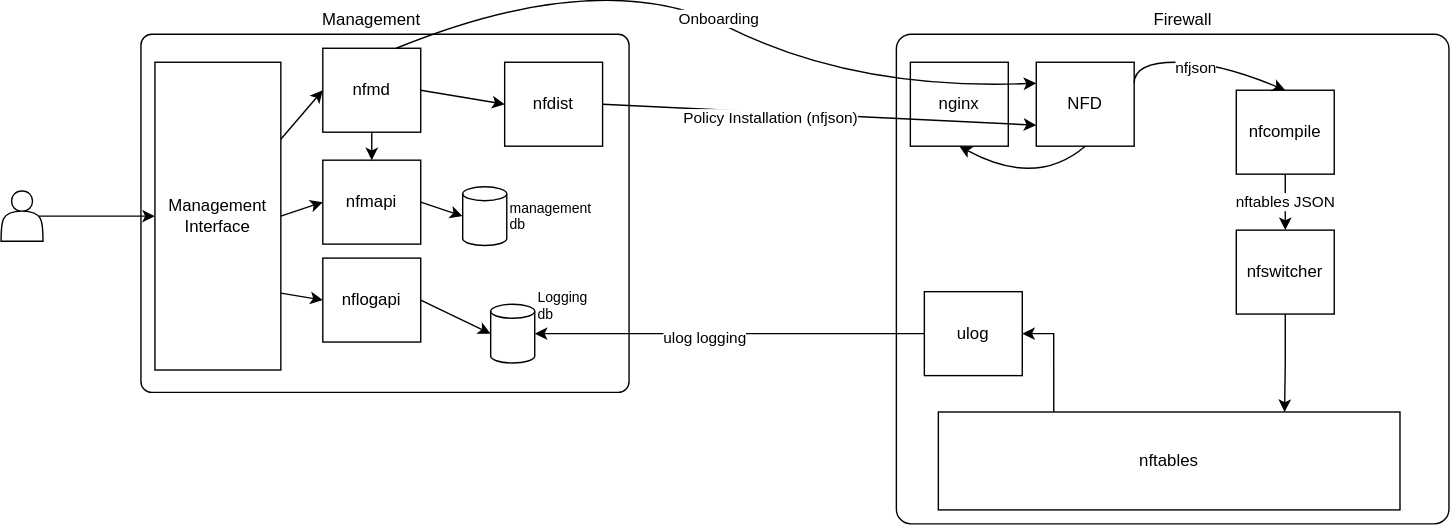
Before: Architecture.drawio.svg, a diagram exported from draw.io (nfirewall/nfirewall). Source tidied: cells renumbered, new cells last; positions are measured from the earlier drawing's top-left corner, leaving out a move shared by most shapes.
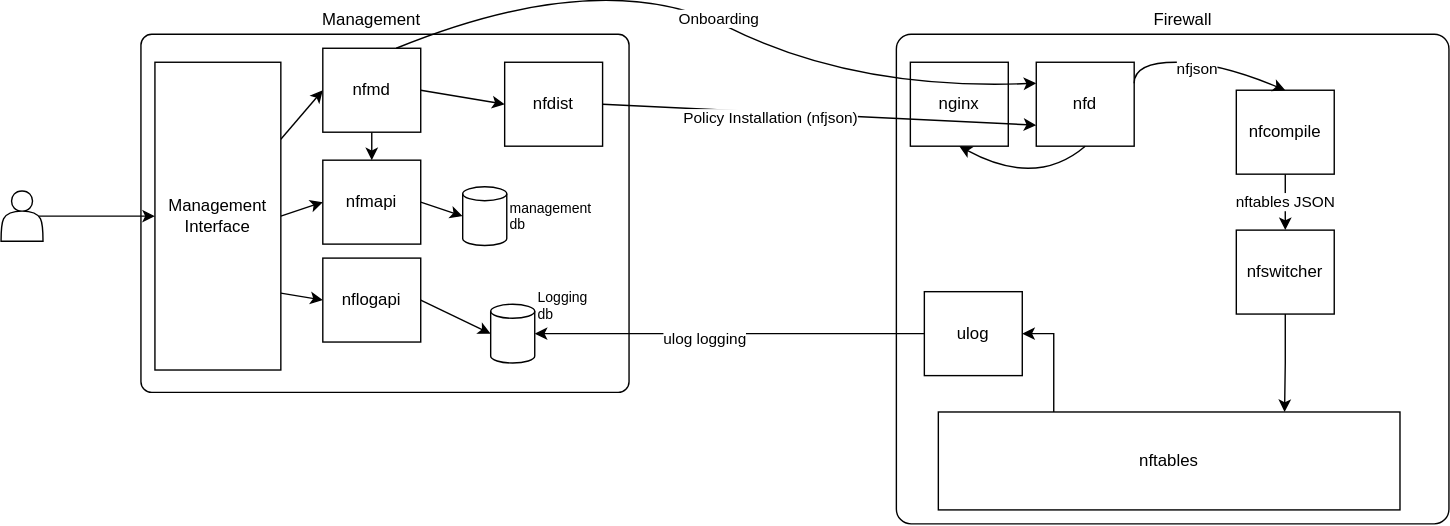
The same file after the commit.

Commit message:
Lowercased nfd

What changed in the source:
```diff
@@ -8,7 +8,7 @@
     <mxCell id="3" style="rounded=1;whiteSpace=wrap;html=1;arcSize=3;" parent="1" vertex="1">
       <mxGeometry x="100" y="50" width="348.9" height="256" as="geometry" />
     </mxCell>
-    <mxCell id="4" value="NFD" style="rounded=0;whiteSpace=wrap;html=1;" parent="1" vertex="1">
+    <mxCell id="4" value="nfd" style="rounded=0;whiteSpace=wrap;html=1;" parent="1" vertex="1">
       <mxGeometry x="740" y="70" width="70" height="60" as="geometry" />
     </mxCell>
     <mxCell id="5" value="nftables JSON" style="edgeStyle=orthogonalEdgeStyle;rounded=0;jettySize=auto;html=1;exitX=0.5;exitY=1;exitDx=0;exitDy=0;entryX=0.5;entryY=0;entryDx=0;entryDy=0;" parent="1" edge="1" source="6" target="8">
```
